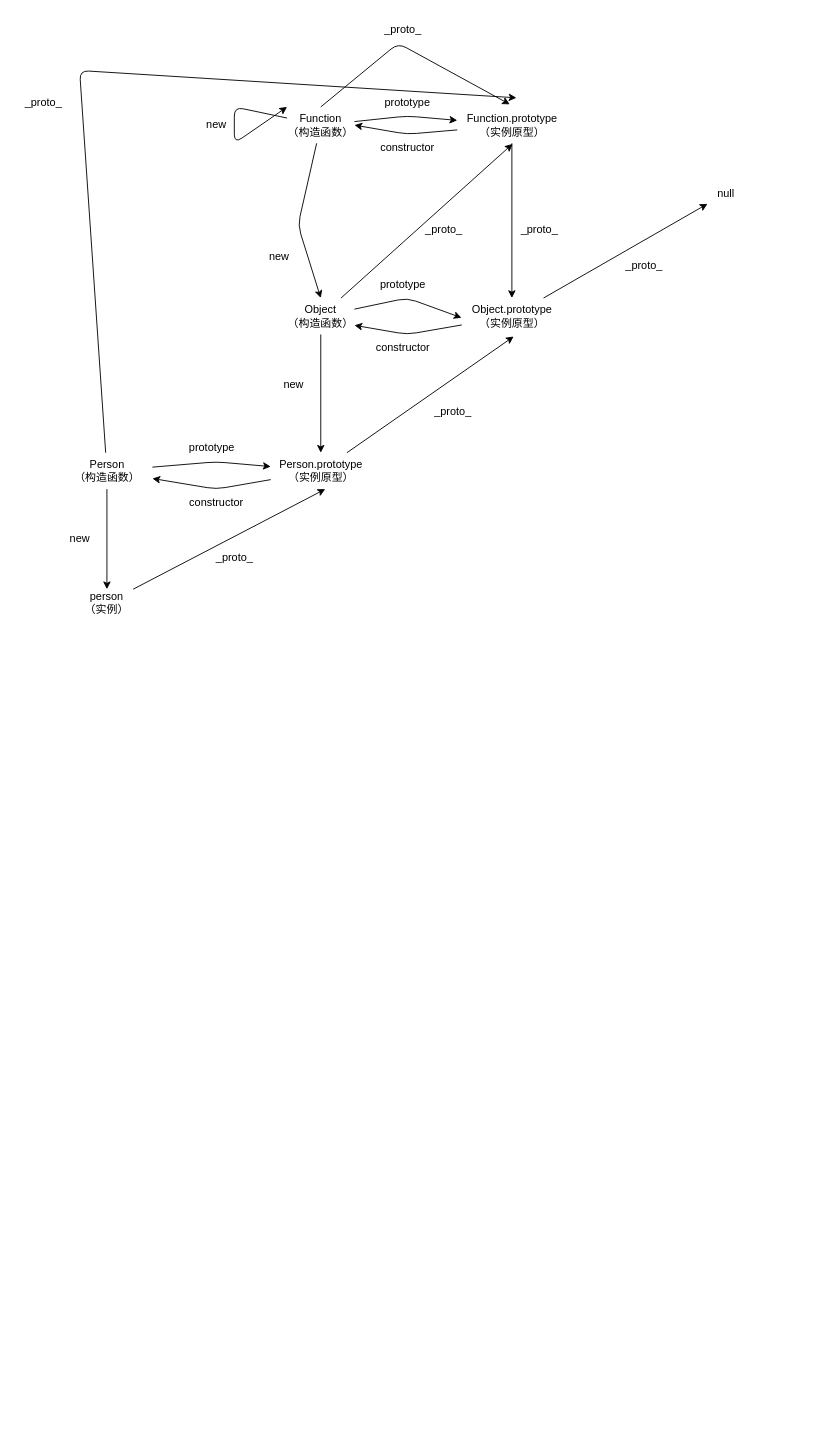
Earlier version of the draw.io diagram learn/prototype.dio (tianzhengxuanyi/MyAlgorithmNotes). Source tidied: cells renumbered, new cells numbered last; positions are measured from the earlier drawing's top-left corner, leaving out a move shared by most shapes. Both pictures are drawn from the tidied source at 91%, with x=0, y=0 at pixel (15, 15).
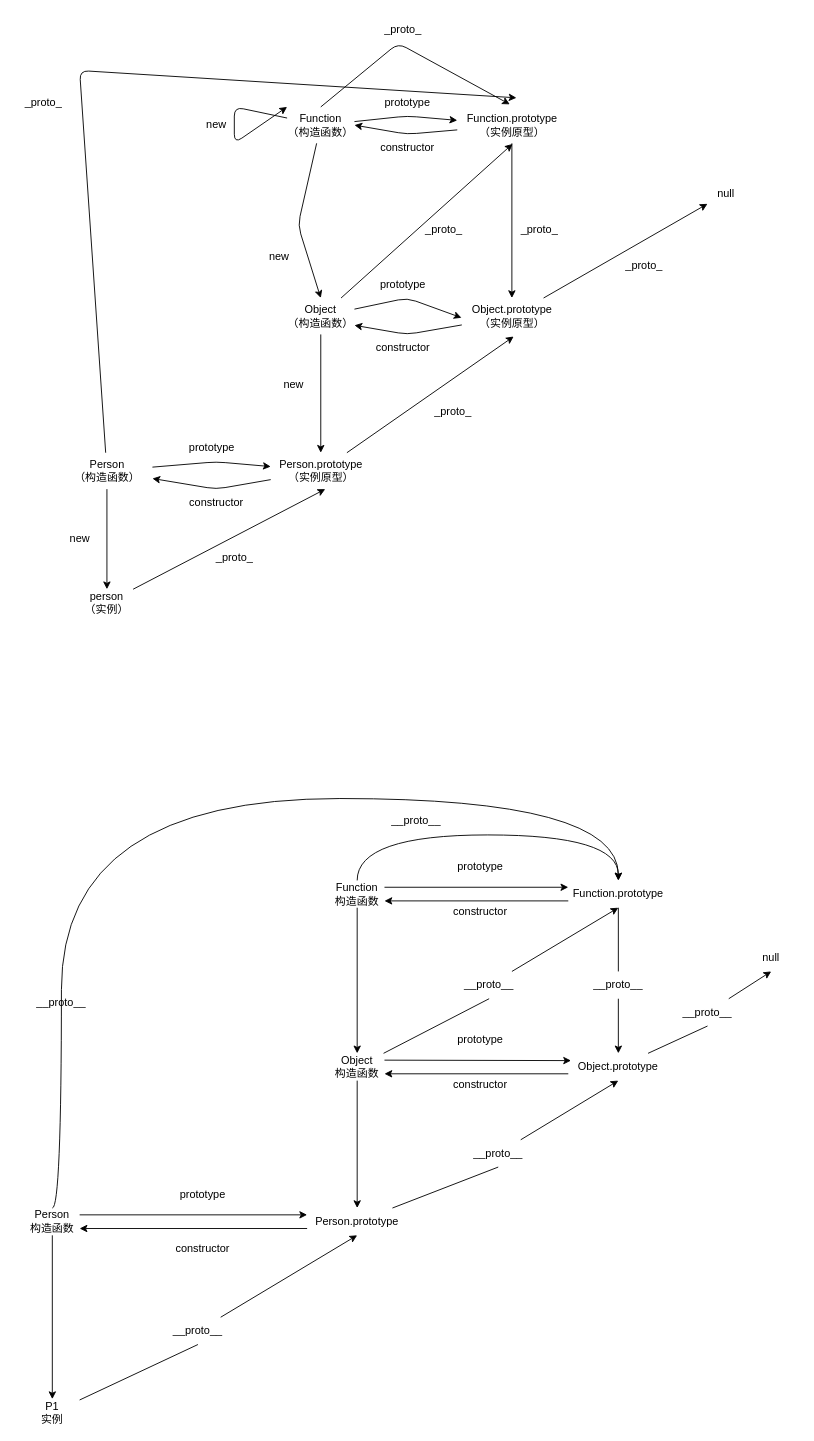
The same page after the edit.

The edit, as a diff of the source:
```diff
@@
+    <mxCell id="44" style="edgeStyle=none;html=1;exitX=1;exitY=0.25;exitDx=0;exitDy=0;entryX=0;entryY=0.25;entryDx=0;entryDy=0;" parent="1" edge="1" source="47" target="50">
+      <mxGeometry relative="1" as="geometry" />
+    </mxCell>
+    <mxCell id="45" style="edgeStyle=none;html=1;entryX=0.5;entryY=0;entryDx=0;entryDy=0;" parent="1" edge="1" source="47" target="54">
+      <mxGeometry relative="1" as="geometry" />
+    </mxCell>
+    <mxCell id="46" style="edgeStyle=orthogonalEdgeStyle;html=1;entryX=0.5;entryY=0;entryDx=0;entryDy=0;curved=1;exitX=0.5;exitY=0;exitDx=0;exitDy=0;startArrow=none;" parent="1" edge="1" source="85" target="71">
+      <mxGeometry relative="1" as="geometry">
+        <Array as="points">
+          <mxPoint x="50" y="860" />
+          <mxPoint x="662" y="860" />
+        </Array>
+      </mxGeometry>
+    </mxCell>
+    <mxCell id="47" value="Person&lt;br&gt;构造函数" style="text;html=1;strokeColor=none;fillColor=none;align=center;verticalAlign=middle;whiteSpace=wrap;rounded=0;" parent="1" vertex="1">
+      <mxGeometry x="10" y="1310" width="60" height="30" as="geometry" />
+    </mxCell>
+    <mxCell id="48" style="edgeStyle=none;html=1;exitX=0;exitY=0.75;exitDx=0;exitDy=0;entryX=1;entryY=0.75;entryDx=0;entryDy=0;" parent="1" edge="1" source="50" target="47">
+      <mxGeometry relative="1" as="geometry" />
+    </mxCell>
+    <mxCell id="49" style="edgeStyle=none;html=1;entryX=0.5;entryY=1;entryDx=0;entryDy=0;startArrow=none;" parent="1" edge="1" source="79" target="57">
+      <mxGeometry relative="1" as="geometry" />
+    </mxCell>
+    <mxCell id="50" value="Person.prototype" style="text;html=1;strokeColor=none;fillColor=none;align=center;verticalAlign=middle;whiteSpace=wrap;rounded=0;" parent="1" vertex="1">
+      <mxGeometry x="320" y="1310" width="110" height="30" as="geometry" />
+    </mxCell>
+    <mxCell id="51" value="prototype" style="text;html=1;align=center;verticalAlign=middle;strokeColor=none;fillColor=none;" parent="1" vertex="1">
+      <mxGeometry x="170" y="1280" width="70" height="30" as="geometry" />
+    </mxCell>
+    <mxCell id="52" value="constructor" style="text;html=1;align=center;verticalAlign=middle;strokeColor=none;fillColor=none;" parent="1" vertex="1">
+      <mxGeometry x="165" y="1340" width="80" height="30" as="geometry" />
+    </mxCell>
+    <mxCell id="53" style="edgeStyle=none;html=1;entryX=0.5;entryY=1;entryDx=0;entryDy=0;startArrow=none;" parent="1" edge="1" source="81" target="50">
+      <mxGeometry relative="1" as="geometry" />
+    </mxCell>
+    <mxCell id="54" value="P1&lt;br&gt;实例" style="text;html=1;strokeColor=none;fillColor=none;align=center;verticalAlign=middle;whiteSpace=wrap;rounded=0;" parent="1" vertex="1">
+      <mxGeometry x="10" y="1520" width="60" height="30" as="geometry" />
+    </mxCell>
+    <mxCell id="55" style="edgeStyle=none;html=1;exitX=0;exitY=0.75;exitDx=0;exitDy=0;entryX=1;entryY=0.75;entryDx=0;entryDy=0;" parent="1" edge="1" source="57" target="61">
+      <mxGeometry relative="1" as="geometry" />
+    </mxCell>
+    <mxCell id="56" style="edgeStyle=none;html=1;entryX=0.5;entryY=1;entryDx=0;entryDy=0;startArrow=none;" parent="1" edge="1" source="83" target="64">
+      <mxGeometry relative="1" as="geometry" />
+    </mxCell>
+    <mxCell id="57" value="Object.prototype" style="text;html=1;strokeColor=none;fillColor=none;align=center;verticalAlign=middle;whiteSpace=wrap;rounded=0;" parent="1" vertex="1">
+      <mxGeometry x="607" y="1140" width="110" height="30" as="geometry" />
+    </mxCell>
+    <mxCell id="58" style="html=1;exitX=1;exitY=0.25;exitDx=0;exitDy=0;" parent="1" edge="1" source="61">
+      <mxGeometry relative="1" as="geometry">
+        <mxPoint x="610" y="1148" as="targetPoint" />
+      </mxGeometry>
+    </mxCell>
+    <mxCell id="59" style="edgeStyle=none;html=1;exitX=0.5;exitY=1;exitDx=0;exitDy=0;entryX=0.5;entryY=0;entryDx=0;entryDy=0;" parent="1" edge="1" source="61" target="50">
+      <mxGeometry relative="1" as="geometry" />
+    </mxCell>
+    <mxCell id="60" style="edgeStyle=none;html=1;entryX=0.5;entryY=1;entryDx=0;entryDy=0;startArrow=none;" parent="1" edge="1" source="77" target="71">
+      <mxGeometry relative="1" as="geometry" />
+    </mxCell>
+    <mxCell id="61" value="Object&lt;br&gt;构造函数" style="text;html=1;strokeColor=none;fillColor=none;align=center;verticalAlign=middle;whiteSpace=wrap;rounded=0;" parent="1" vertex="1">
+      <mxGeometry x="345" y="1140" width="60" height="30" as="geometry" />
+    </mxCell>
+    <mxCell id="62" value="prototype" style="text;html=1;align=center;verticalAlign=middle;strokeColor=none;fillColor=none;" parent="1" vertex="1">
+      <mxGeometry x="475" y="1110" width="70" height="30" as="geometry" />
+    </mxCell>
+    <mxCell id="63" value="constructor" style="text;html=1;align=center;verticalAlign=middle;strokeColor=none;fillColor=none;" parent="1" vertex="1">
+      <mxGeometry x="470" y="1160" width="80" height="30" as="geometry" />
+    </mxCell>
+    <mxCell id="64" value="null" style="text;html=1;strokeColor=none;fillColor=none;align=center;verticalAlign=middle;whiteSpace=wrap;rounded=0;" parent="1" vertex="1">
+      <mxGeometry x="800" y="1020" width="60" height="30" as="geometry" />
+    </mxCell>
+    <mxCell id="65" style="edgeStyle=none;html=1;entryX=0.5;entryY=0;entryDx=0;entryDy=0;" parent="1" edge="1" source="68" target="61">
+      <mxGeometry relative="1" as="geometry" />
+    </mxCell>
+    <mxCell id="66" style="edgeStyle=none;html=1;exitX=1;exitY=0.25;exitDx=0;exitDy=0;entryX=0;entryY=0.25;entryDx=0;entryDy=0;" parent="1" edge="1" source="68" target="71">
+      <mxGeometry relative="1" as="geometry" />
+    </mxCell>
+    <mxCell id="67" style="edgeStyle=orthogonalEdgeStyle;curved=1;html=1;entryX=0.5;entryY=0;entryDx=0;entryDy=0;" parent="1" edge="1" source="68" target="71">
+      <mxGeometry relative="1" as="geometry">
+        <Array as="points">
+          <mxPoint x="375" y="900" />
+          <mxPoint x="662" y="900" />
+        </Array>
+      </mxGeometry>
+    </mxCell>
+    <mxCell id="68" value="Function&lt;br&gt;构造函数" style="text;html=1;strokeColor=none;fillColor=none;align=center;verticalAlign=middle;whiteSpace=wrap;rounded=0;" parent="1" vertex="1">
+      <mxGeometry x="345" y="950" width="60" height="30" as="geometry" />
+    </mxCell>
+    <mxCell id="69" style="edgeStyle=none;html=1;exitX=0;exitY=0.75;exitDx=0;exitDy=0;entryX=1;entryY=0.75;entryDx=0;entryDy=0;" parent="1" edge="1" source="71" target="68">
+      <mxGeometry relative="1" as="geometry" />
+    </mxCell>
+    <mxCell id="70" style="edgeStyle=none;html=1;startArrow=none;" parent="1" edge="1" source="75" target="57">
+      <mxGeometry relative="1" as="geometry" />
+    </mxCell>
+    <mxCell id="71" value="Function.prototype" style="text;html=1;strokeColor=none;fillColor=none;align=center;verticalAlign=middle;whiteSpace=wrap;rounded=0;" parent="1" vertex="1">
+      <mxGeometry x="607" y="950" width="110" height="30" as="geometry" />
+    </mxCell>
+    <mxCell id="72" value="prototype" style="text;html=1;align=center;verticalAlign=middle;strokeColor=none;fillColor=none;" parent="1" vertex="1">
+      <mxGeometry x="475" y="920" width="70" height="30" as="geometry" />
+    </mxCell>
+    <mxCell id="73" value="constructor" style="text;html=1;align=center;verticalAlign=middle;strokeColor=none;fillColor=none;" parent="1" vertex="1">
+      <mxGeometry x="470" y="970" width="80" height="30" as="geometry" />
+    </mxCell>
+    <mxCell id="74" style="edgeStyle=none;html=1;endArrow=none;" parent="1" edge="1" source="71" target="75">
+      <mxGeometry relative="1" as="geometry" />
+    </mxCell>
+    <mxCell id="75" value="__proto__" style="text;html=1;strokeColor=none;fillColor=none;align=center;verticalAlign=middle;whiteSpace=wrap;rounded=0;" parent="1" vertex="1">
+      <mxGeometry x="632" y="1050" width="60" height="30" as="geometry" />
+    </mxCell>
+    <mxCell id="76" style="edgeStyle=none;html=1;entryX=0.5;entryY=1;entryDx=0;entryDy=0;endArrow=none;" parent="1" edge="1" source="61" target="77">
+      <mxGeometry relative="1" as="geometry" />
+    </mxCell>
+    <mxCell id="77" value="__proto__" style="text;html=1;strokeColor=none;fillColor=none;align=center;verticalAlign=middle;whiteSpace=wrap;rounded=0;" parent="1" vertex="1">
+      <mxGeometry x="490" y="1050" width="60" height="30" as="geometry" />
+    </mxCell>
+    <mxCell id="78" style="edgeStyle=none;html=1;entryX=0.5;entryY=1;entryDx=0;entryDy=0;endArrow=none;" parent="1" edge="1" source="50" target="79">
+      <mxGeometry relative="1" as="geometry" />
+    </mxCell>
+    <mxCell id="79" value="__proto__" style="text;html=1;strokeColor=none;fillColor=none;align=center;verticalAlign=middle;whiteSpace=wrap;rounded=0;" parent="1" vertex="1">
+      <mxGeometry x="500" y="1235" width="60" height="30" as="geometry" />
+    </mxCell>
+    <mxCell id="80" style="edgeStyle=none;html=1;entryX=0.5;entryY=1;entryDx=0;entryDy=0;endArrow=none;" parent="1" edge="1" source="54" target="81">
+      <mxGeometry relative="1" as="geometry" />
+    </mxCell>
+    <mxCell id="81" value="__proto__" style="text;html=1;strokeColor=none;fillColor=none;align=center;verticalAlign=middle;whiteSpace=wrap;rounded=0;" parent="1" vertex="1">
+      <mxGeometry x="170" y="1430" width="60" height="30" as="geometry" />
+    </mxCell>
+    <mxCell id="82" style="edgeStyle=none;html=1;entryX=0.5;entryY=1;entryDx=0;entryDy=0;endArrow=none;" parent="1" edge="1" source="57" target="83">
+      <mxGeometry relative="1" as="geometry" />
+    </mxCell>
+    <mxCell id="83" value="__proto__" style="text;html=1;strokeColor=none;fillColor=none;align=center;verticalAlign=middle;whiteSpace=wrap;rounded=0;" parent="1" vertex="1">
+      <mxGeometry x="730" y="1080" width="60" height="30" as="geometry" />
+    </mxCell>
+    <mxCell id="84" style="edgeStyle=orthogonalEdgeStyle;html=1;entryX=0.5;entryY=0;entryDx=0;entryDy=0;curved=1;exitX=0.5;exitY=0;exitDx=0;exitDy=0;endArrow=none;" parent="1" edge="1" source="47" target="85">
+      <mxGeometry relative="1" as="geometry">
+        <Array as="points">
+          <mxPoint x="50" y="1310" />
+        </Array>
+      </mxGeometry>
+    </mxCell>
+    <mxCell id="85" value="__proto__" style="text;html=1;strokeColor=none;fillColor=none;align=center;verticalAlign=middle;whiteSpace=wrap;rounded=0;" parent="1" vertex="1">
+      <mxGeometry x="20" y="1070" width="60" height="30" as="geometry" />
+    </mxCell>
+    <mxCell id="86" value="__proto__" style="text;html=1;strokeColor=none;fillColor=none;align=center;verticalAlign=middle;whiteSpace=wrap;rounded=0;" parent="1" vertex="1">
+      <mxGeometry x="410" y="870" width="60" height="30" as="geometry" />
+    </mxCell>
```
